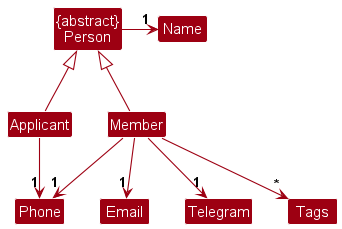
Above: docs/images/ModelPersonClassDiagram.png in nus-cs2103-AY2324S1/tp (PlantUML), before the change. Source of this version:
```plantuml
@startuml
!include style.puml
skinparam arrowThickness 1.1
skinparam arrowColor MODEL_COLOR
skinparam classBackgroundColor MODEL_COLOR

class "{abstract}\nPerson" as Person
class Member
class Applicant
class Name
class Phone
class Email
class Telegram
class Tags

Member -up-|> Person
Applicant -up-|> Person

Person -> "1" Name
Member -> "1" Phone
Member -down-> "1" Email
Member -down-> "1" Telegram
Member -down-> "*" Tags
Applicant -down-> "1" Phone

@enduml
```
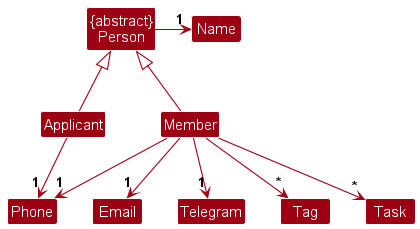
Above is the later version.

Diff of the diagram source:
```diff
@@ -11,7 +11,8 @@
 class Phone
 class Email
 class Telegram
-class Tags
+class Tag
+class Task
 
 Member -up-|> Person
 Applicant -up-|> Person
@@ -20,7 +21,8 @@
 Member -> "1" Phone
 Member -down-> "1" Email
 Member -down-> "1" Telegram
-Member -down-> "*" Tags
+Member -down-> "*" Tag
+Member -down-> "*" Task
 Applicant -down-> "1" Phone
 
 @enduml
```
